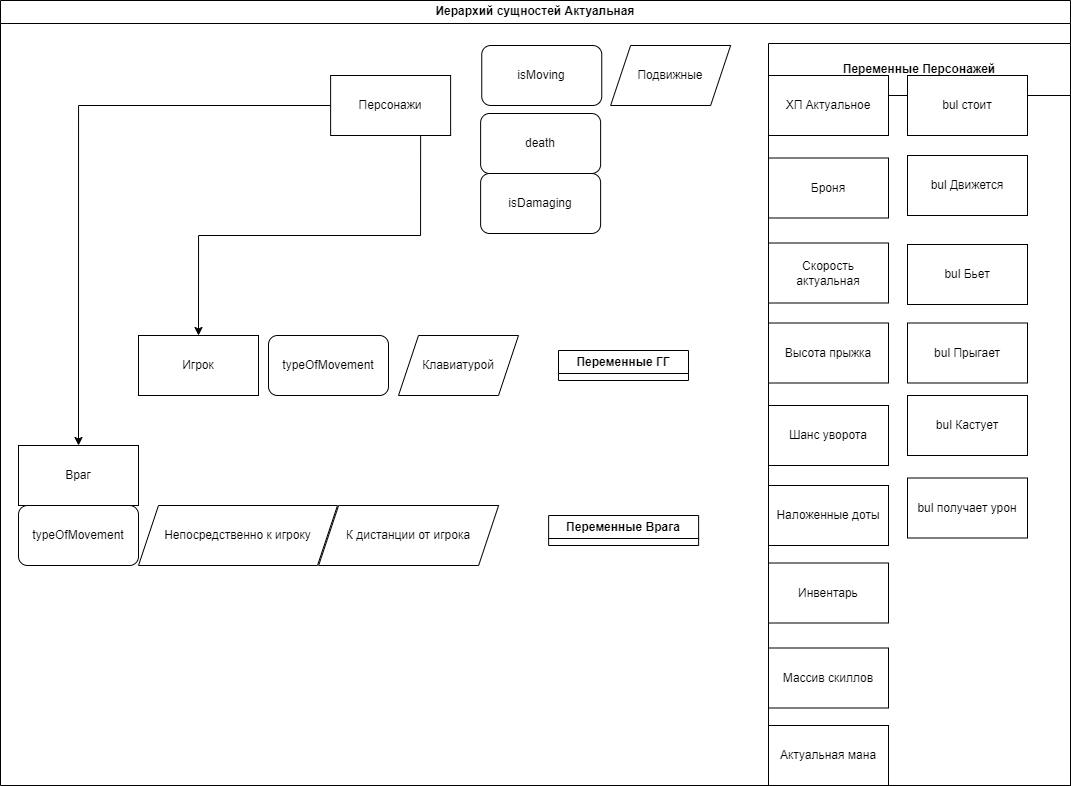
Before: Архитектура/Интерфейс персонажа.png, a diagram exported from draw.io (alstodont/unityArc). Source tidied: cells renumbered, new cells last; positions are measured from the earlier drawing's top-left corner, leaving out a move shared by most shapes. Source of this version:
```xml
<mxGraphModel>
  <root>
    <mxCell id="0" />
    <mxCell id="1" parent="0" />
    <mxCell id="2" value="Иерархий сущностей Актуальная" style="swimlane;whiteSpace=wrap;html=1;" parent="1" vertex="1">
      <mxGeometry width="1070" height="785" as="geometry" />
    </mxCell>
    <mxCell id="3" value="Клавиатурой" style="shape=parallelogram;perimeter=parallelogramPerimeter;whiteSpace=wrap;html=1;fixedSize=1;" parent="2" vertex="1">
      <mxGeometry x="398" y="335" width="120" height="60" as="geometry" />
    </mxCell>
    <mxCell id="4" value="Непосредственно к игроку" style="shape=parallelogram;perimeter=parallelogramPerimeter;whiteSpace=wrap;html=1;fixedSize=1;" parent="2" vertex="1">
      <mxGeometry x="138" y="505" width="199" height="60" as="geometry" />
    </mxCell>
    <mxCell id="5" value="К дистанции от игрока" style="shape=parallelogram;perimeter=parallelogramPerimeter;whiteSpace=wrap;html=1;fixedSize=1;" parent="2" vertex="1">
      <mxGeometry x="318.1" y="505" width="180" height="60" as="geometry" />
    </mxCell>
    <mxCell id="6" value="Враг" style="rounded=0;whiteSpace=wrap;html=1;" parent="2" vertex="1">
      <mxGeometry x="18" y="445" width="120" height="60" as="geometry" />
    </mxCell>
    <mxCell id="7" value="Игрок" style="rounded=0;whiteSpace=wrap;html=1;" parent="2" vertex="1">
      <mxGeometry x="138" y="335" width="120" height="60" as="geometry" />
    </mxCell>
    <mxCell id="8" value="typeOfMovement" style="rounded=1;whiteSpace=wrap;html=1;" parent="2" vertex="1">
      <mxGeometry x="268" y="335" width="120" height="60" as="geometry" />
    </mxCell>
    <mxCell id="9" value="typeOfMovement" style="rounded=1;whiteSpace=wrap;html=1;" parent="2" vertex="1">
      <mxGeometry x="18" y="505" width="120" height="60" as="geometry" />
    </mxCell>
    <mxCell id="10" value="Подвижные" style="shape=parallelogram;perimeter=parallelogramPerimeter;whiteSpace=wrap;html=1;fixedSize=1;" parent="2" vertex="1">
      <mxGeometry x="610.1" y="45" width="120" height="60" as="geometry" />
    </mxCell>
    <mxCell id="11" value="isMoving" style="rounded=1;whiteSpace=wrap;html=1;" parent="2" vertex="1">
      <mxGeometry x="481.2" y="45" width="120" height="60" as="geometry" />
    </mxCell>
    <mxCell id="12" style="edgeStyle=orthogonalEdgeStyle;rounded=0;jettySize=auto;html=1;exitX=0.75;exitY=1;exitDx=0;exitDy=0;entryX=0.5;entryY=0;entryDx=0;entryDy=0;" parent="2" edge="1" source="14" target="7">
      <mxGeometry relative="1" as="geometry" />
    </mxCell>
    <mxCell id="13" style="edgeStyle=orthogonalEdgeStyle;rounded=0;jettySize=auto;html=1;exitX=0;exitY=0.5;exitDx=0;exitDy=0;entryX=0.5;entryY=0;entryDx=0;entryDy=0;" parent="2" edge="1" source="14" target="6">
      <mxGeometry relative="1" as="geometry" />
    </mxCell>
    <mxCell id="14" value="Персонажи" style="rounded=0;whiteSpace=wrap;html=1;" parent="2" vertex="1">
      <mxGeometry x="330.1" y="75" width="120" height="60" as="geometry" />
    </mxCell>
    <mxCell id="15" value="death" style="rounded=1;whiteSpace=wrap;html=1;" parent="2" vertex="1">
      <mxGeometry x="480.1" y="113" width="120" height="60" as="geometry" />
    </mxCell>
    <mxCell id="16" value="isDamaging" style="rounded=1;whiteSpace=wrap;html=1;" parent="2" vertex="1">
      <mxGeometry x="480.1" y="173" width="120" height="60" as="geometry" />
    </mxCell>
    <mxCell id="17" value="Переменные Персонажей" style="swimlane;whiteSpace=wrap;html=1;startSize=52;" parent="2" vertex="1">
      <mxGeometry x="768" y="43" width="302" height="742" as="geometry" />
    </mxCell>
    <mxCell id="18" value="ХП Актуальное" style="rounded=0;whiteSpace=wrap;html=1;" parent="17" vertex="1">
      <mxGeometry y="32" width="120" height="60" as="geometry" />
    </mxCell>
    <mxCell id="19" value="Броня" style="rounded=0;whiteSpace=wrap;html=1;" parent="17" vertex="1">
      <mxGeometry y="114.5" width="120" height="60" as="geometry" />
    </mxCell>
    <mxCell id="20" value="Скорость актуальная" style="rounded=0;whiteSpace=wrap;html=1;" parent="17" vertex="1">
      <mxGeometry y="199.5" width="120" height="60" as="geometry" />
    </mxCell>
    <mxCell id="21" value="Высота прыжка" style="rounded=0;whiteSpace=wrap;html=1;" parent="17" vertex="1">
      <mxGeometry y="279.5" width="120" height="60" as="geometry" />
    </mxCell>
    <mxCell id="22" value="Шанс уворота" style="rounded=0;whiteSpace=wrap;html=1;" parent="17" vertex="1">
      <mxGeometry y="362" width="120" height="60" as="geometry" />
    </mxCell>
    <mxCell id="23" value="Наложенные доты" style="rounded=0;whiteSpace=wrap;html=1;" parent="17" vertex="1">
      <mxGeometry y="442" width="120" height="60" as="geometry" />
    </mxCell>
    <mxCell id="24" value="Инвентарь" style="rounded=0;whiteSpace=wrap;html=1;" parent="17" vertex="1">
      <mxGeometry y="519.5" width="120" height="60" as="geometry" />
    </mxCell>
    <mxCell id="25" value="Массив скиллов" style="rounded=0;whiteSpace=wrap;html=1;" parent="17" vertex="1">
      <mxGeometry y="604.5" width="120" height="60" as="geometry" />
    </mxCell>
    <mxCell id="26" value="Актуальная мана" style="rounded=0;whiteSpace=wrap;html=1;" parent="17" vertex="1">
      <mxGeometry y="682" width="120" height="60" as="geometry" />
    </mxCell>
    <mxCell id="27" value="bul стоит" style="rounded=0;whiteSpace=wrap;html=1;" parent="17" vertex="1">
      <mxGeometry x="139" y="32" width="120" height="60" as="geometry" />
    </mxCell>
    <mxCell id="28" value="bul Движется" style="rounded=0;whiteSpace=wrap;html=1;" parent="17" vertex="1">
      <mxGeometry x="139" y="112" width="120" height="60" as="geometry" />
    </mxCell>
    <mxCell id="29" value="bul Бьет" style="rounded=0;whiteSpace=wrap;html=1;" parent="17" vertex="1">
      <mxGeometry x="139" y="201" width="120" height="60" as="geometry" />
    </mxCell>
    <mxCell id="30" value="bul Прыгает" style="rounded=0;whiteSpace=wrap;html=1;" parent="17" vertex="1">
      <mxGeometry x="139" y="279.5" width="120" height="60" as="geometry" />
    </mxCell>
    <mxCell id="31" value="bul Кастует" style="rounded=0;whiteSpace=wrap;html=1;" parent="17" vertex="1">
      <mxGeometry x="139" y="352" width="120" height="60" as="geometry" />
    </mxCell>
    <mxCell id="32" value="bul получает урон" style="rounded=0;whiteSpace=wrap;html=1;" parent="17" vertex="1">
      <mxGeometry x="139" y="434.5" width="120" height="60" as="geometry" />
    </mxCell>
    <mxCell id="33" value="Переменные ГГ" style="swimlane;whiteSpace=wrap;html=1;" parent="2" vertex="1" collapsed="1">
      <mxGeometry x="558" y="350" width="130" height="30" as="geometry" />
    </mxCell>
    <mxCell id="34" value="Переменные Врага" style="swimlane;whiteSpace=wrap;html=1;" parent="2" vertex="1" collapsed="1">
      <mxGeometry x="548.1" y="515" width="150" height="30" as="geometry" />
    </mxCell>
  </root>
</mxGraphModel>
```
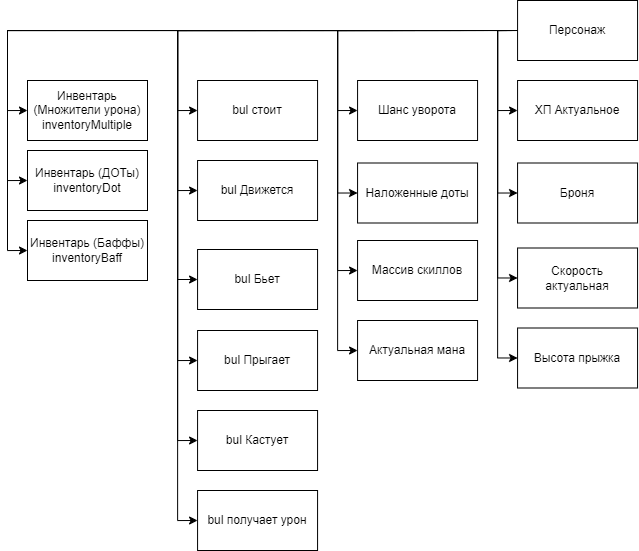
After the change.

What changed in the source:
```diff
@@ -2,104 +2,113 @@
   <root>
     <mxCell id="0" />
     <mxCell id="1" parent="0" />
-    <mxCell id="2" value="Иерархий сущностей Актуальная" style="swimlane;whiteSpace=wrap;html=1;" parent="1" vertex="1">
-      <mxGeometry width="1070" height="785" as="geometry" />
-    </mxCell>
-    <mxCell id="3" value="Клавиатурой" style="shape=parallelogram;perimeter=parallelogramPerimeter;whiteSpace=wrap;html=1;fixedSize=1;" parent="2" vertex="1">
-      <mxGeometry x="398" y="335" width="120" height="60" as="geometry" />
-    </mxCell>
-    <mxCell id="4" value="Непосредственно к игроку" style="shape=parallelogram;perimeter=parallelogramPerimeter;whiteSpace=wrap;html=1;fixedSize=1;" parent="2" vertex="1">
-      <mxGeometry x="138" y="505" width="199" height="60" as="geometry" />
-    </mxCell>
-    <mxCell id="5" value="К дистанции от игрока" style="shape=parallelogram;perimeter=parallelogramPerimeter;whiteSpace=wrap;html=1;fixedSize=1;" parent="2" vertex="1">
-      <mxGeometry x="318.1" y="505" width="180" height="60" as="geometry" />
-    </mxCell>
-    <mxCell id="6" value="Враг" style="rounded=0;whiteSpace=wrap;html=1;" parent="2" vertex="1">
-      <mxGeometry x="18" y="445" width="120" height="60" as="geometry" />
-    </mxCell>
-    <mxCell id="7" value="Игрок" style="rounded=0;whiteSpace=wrap;html=1;" parent="2" vertex="1">
-      <mxGeometry x="138" y="335" width="120" height="60" as="geometry" />
-    </mxCell>
-    <mxCell id="8" value="typeOfMovement" style="rounded=1;whiteSpace=wrap;html=1;" parent="2" vertex="1">
-      <mxGeometry x="268" y="335" width="120" height="60" as="geometry" />
-    </mxCell>
-    <mxCell id="9" value="typeOfMovement" style="rounded=1;whiteSpace=wrap;html=1;" parent="2" vertex="1">
-      <mxGeometry x="18" y="505" width="120" height="60" as="geometry" />
-    </mxCell>
-    <mxCell id="10" value="Подвижные" style="shape=parallelogram;perimeter=parallelogramPerimeter;whiteSpace=wrap;html=1;fixedSize=1;" parent="2" vertex="1">
-      <mxGeometry x="610.1" y="45" width="120" height="60" as="geometry" />
-    </mxCell>
-    <mxCell id="11" value="isMoving" style="rounded=1;whiteSpace=wrap;html=1;" parent="2" vertex="1">
-      <mxGeometry x="481.2" y="45" width="120" height="60" as="geometry" />
-    </mxCell>
-    <mxCell id="12" style="edgeStyle=orthogonalEdgeStyle;rounded=0;jettySize=auto;html=1;exitX=0.75;exitY=1;exitDx=0;exitDy=0;entryX=0.5;entryY=0;entryDx=0;entryDy=0;" parent="2" edge="1" source="14" target="7">
-      <mxGeometry relative="1" as="geometry" />
-    </mxCell>
-    <mxCell id="13" style="edgeStyle=orthogonalEdgeStyle;rounded=0;jettySize=auto;html=1;exitX=0;exitY=0.5;exitDx=0;exitDy=0;entryX=0.5;entryY=0;entryDx=0;entryDy=0;" parent="2" edge="1" source="14" target="6">
-      <mxGeometry relative="1" as="geometry" />
-    </mxCell>
-    <mxCell id="14" value="Персонажи" style="rounded=0;whiteSpace=wrap;html=1;" parent="2" vertex="1">
-      <mxGeometry x="330.1" y="75" width="120" height="60" as="geometry" />
-    </mxCell>
-    <mxCell id="15" value="death" style="rounded=1;whiteSpace=wrap;html=1;" parent="2" vertex="1">
-      <mxGeometry x="480.1" y="113" width="120" height="60" as="geometry" />
-    </mxCell>
-    <mxCell id="16" value="isDamaging" style="rounded=1;whiteSpace=wrap;html=1;" parent="2" vertex="1">
-      <mxGeometry x="480.1" y="173" width="120" height="60" as="geometry" />
-    </mxCell>
-    <mxCell id="17" value="Переменные Персонажей" style="swimlane;whiteSpace=wrap;html=1;startSize=52;" parent="2" vertex="1">
-      <mxGeometry x="768" y="43" width="302" height="742" as="geometry" />
-    </mxCell>
+    <mxCell id="35" style="group;" parent="1" vertex="1">
+      <mxGeometry x="-2972" y="5140" width="610.1" height="550" as="geometry" />
+    </mxCell>
+    <mxCell id="22" value="Шанс уворота" style="rounded=0;whiteSpace=wrap;html=1;" parent="35" vertex="1">
+      <mxGeometry x="330.1" y="80" width="120" height="60" as="geometry" />
+    </mxCell>
+    <mxCell id="36" style="edgeStyle=orthogonalEdgeStyle;rounded=0;jettySize=auto;html=1;exitX=0;exitY=0.5;exitDx=0;exitDy=0;entryX=0;entryY=0.5;entryDx=0;entryDy=0;" parent="35" edge="1" source="37" target="22">
+      <mxGeometry relative="1" as="geometry" />
+    </mxCell>
+    <mxCell id="37" value="Персонаж" style="rounded=0;whiteSpace=wrap;html=1;" parent="35" vertex="1">
+      <mxGeometry x="490.1" width="120" height="60" as="geometry" />
+    </mxCell>
-    <mxCell id="18" value="ХП Актуальное" style="rounded=0;whiteSpace=wrap;html=1;" parent="17" vertex="1">
-      <mxGeometry y="32" width="120" height="60" as="geometry" />
+    <mxCell id="18" value="ХП Актуальное" style="rounded=0;whiteSpace=wrap;html=1;" parent="35" vertex="1">
+      <mxGeometry x="490.1" y="80" width="120" height="60" as="geometry" />
     </mxCell>
+    <mxCell id="38" style="edgeStyle=orthogonalEdgeStyle;rounded=0;jettySize=auto;html=1;exitX=0;exitY=0.5;exitDx=0;exitDy=0;entryX=0;entryY=0.5;entryDx=0;entryDy=0;" parent="35" edge="1" source="37" target="18">
+      <mxGeometry relative="1" as="geometry" />
+    </mxCell>
-    <mxCell id="19" value="Броня" style="rounded=0;whiteSpace=wrap;html=1;" parent="17" vertex="1">
-      <mxGeometry y="114.5" width="120" height="60" as="geometry" />
+    <mxCell id="19" value="Броня" style="rounded=0;whiteSpace=wrap;html=1;" parent="35" vertex="1">
+      <mxGeometry x="490.1" y="162.5" width="120" height="60" as="geometry" />
     </mxCell>
+    <mxCell id="39" style="edgeStyle=orthogonalEdgeStyle;rounded=0;jettySize=auto;html=1;exitX=0;exitY=0.5;exitDx=0;exitDy=0;entryX=0;entryY=0.5;entryDx=0;entryDy=0;" parent="35" edge="1" source="37" target="19">
+      <mxGeometry relative="1" as="geometry" />
+    </mxCell>
-    <mxCell id="20" value="Скорость актуальная" style="rounded=0;whiteSpace=wrap;html=1;" parent="17" vertex="1">
-      <mxGeometry y="199.5" width="120" height="60" as="geometry" />
+    <mxCell id="20" value="Скорость актуальная" style="rounded=0;whiteSpace=wrap;html=1;" parent="35" vertex="1">
+      <mxGeometry x="490.1" y="247.5" width="120" height="60" as="geometry" />
     </mxCell>
+    <mxCell id="40" style="edgeStyle=orthogonalEdgeStyle;rounded=0;jettySize=auto;html=1;exitX=0;exitY=0.5;exitDx=0;exitDy=0;entryX=0;entryY=0.5;entryDx=0;entryDy=0;" parent="35" edge="1" source="37" target="20">
+      <mxGeometry relative="1" as="geometry" />
+    </mxCell>
-    <mxCell id="21" value="Высота прыжка" style="rounded=0;whiteSpace=wrap;html=1;" parent="17" vertex="1">
-      <mxGeometry y="279.5" width="120" height="60" as="geometry" />
+    <mxCell id="21" value="Высота прыжка" style="rounded=0;whiteSpace=wrap;html=1;" parent="35" vertex="1">
+      <mxGeometry x="490.1" y="327.5" width="120" height="60" as="geometry" />
     </mxCell>
-    <mxCell id="22" value="Шанс уворота" style="rounded=0;whiteSpace=wrap;html=1;" parent="17" vertex="1">
-      <mxGeometry y="362" width="120" height="60" as="geometry" />
-    </mxCell>
+    <mxCell id="41" style="edgeStyle=orthogonalEdgeStyle;rounded=0;jettySize=auto;html=1;exitX=0;exitY=0.5;exitDx=0;exitDy=0;entryX=0;entryY=0.5;entryDx=0;entryDy=0;" parent="35" edge="1" source="37" target="21">
+      <mxGeometry relative="1" as="geometry" />
+    </mxCell>
+    <mxCell id="26" value="Актуальная мана" style="rounded=0;whiteSpace=wrap;html=1;" parent="35" vertex="1">
+      <mxGeometry x="330.1" y="320" width="120" height="60" as="geometry" />
+    </mxCell>
+    <mxCell id="42" style="edgeStyle=orthogonalEdgeStyle;rounded=0;jettySize=auto;html=1;exitX=0;exitY=0.5;exitDx=0;exitDy=0;entryX=0;entryY=0.5;entryDx=0;entryDy=0;" parent="35" edge="1" source="37" target="26">
+      <mxGeometry relative="1" as="geometry" />
+    </mxCell>
+    <mxCell id="25" value="Массив скиллов" style="rounded=0;whiteSpace=wrap;html=1;" parent="35" vertex="1">
+      <mxGeometry x="330.1" y="240" width="120" height="60" as="geometry" />
+    </mxCell>
+    <mxCell id="43" style="edgeStyle=orthogonalEdgeStyle;rounded=0;jettySize=auto;html=1;exitX=0;exitY=0.5;exitDx=0;exitDy=0;entryX=0;entryY=0.5;entryDx=0;entryDy=0;" parent="35" edge="1" source="37" target="25">
+      <mxGeometry relative="1" as="geometry" />
+    </mxCell>
+    <mxCell id="44" value="Инвентарь (Множители урона)&lt;br&gt;inventoryMultiple" style="rounded=0;whiteSpace=wrap;html=1;" parent="35" vertex="1">
+      <mxGeometry y="80" width="120" height="60" as="geometry" />
+    </mxCell>
+    <mxCell id="45" style="edgeStyle=orthogonalEdgeStyle;rounded=0;jettySize=auto;html=1;exitX=0;exitY=0.5;exitDx=0;exitDy=0;entryX=0;entryY=0.5;entryDx=0;entryDy=0;" parent="35" edge="1" source="37" target="44">
+      <mxGeometry relative="1" as="geometry" />
+    </mxCell>
-    <mxCell id="23" value="Наложенные доты" style="rounded=0;whiteSpace=wrap;html=1;" parent="17" vertex="1">
-      <mxGeometry y="442" width="120" height="60" as="geometry" />
+    <mxCell id="23" value="Наложенные доты" style="rounded=0;whiteSpace=wrap;html=1;" parent="35" vertex="1">
+      <mxGeometry x="330.1" y="162.5" width="120" height="60" as="geometry" />
     </mxCell>
-    <mxCell id="24" value="Инвентарь" style="rounded=0;whiteSpace=wrap;html=1;" parent="17" vertex="1">
-      <mxGeometry y="519.5" width="120" height="60" as="geometry" />
-    </mxCell>
-    <mxCell id="25" value="Массив скиллов" style="rounded=0;whiteSpace=wrap;html=1;" parent="17" vertex="1">
-      <mxGeometry y="604.5" width="120" height="60" as="geometry" />
-    </mxCell>
-    <mxCell id="26" value="Актуальная мана" style="rounded=0;whiteSpace=wrap;html=1;" parent="17" vertex="1">
-      <mxGeometry y="682" width="120" height="60" as="geometry" />
-    </mxCell>
+    <mxCell id="46" style="edgeStyle=orthogonalEdgeStyle;rounded=0;jettySize=auto;html=1;exitX=0;exitY=0.5;exitDx=0;exitDy=0;entryX=0;entryY=0.5;entryDx=0;entryDy=0;" parent="35" edge="1" source="37" target="23">
+      <mxGeometry relative="1" as="geometry" />
+    </mxCell>
-    <mxCell id="27" value="bul стоит" style="rounded=0;whiteSpace=wrap;html=1;" parent="17" vertex="1">
-      <mxGeometry x="139" y="32" width="120" height="60" as="geometry" />
+    <mxCell id="27" value="bul стоит" style="rounded=0;whiteSpace=wrap;html=1;" parent="35" vertex="1">
+      <mxGeometry x="170.1" y="80" width="120" height="60" as="geometry" />
     </mxCell>
+    <mxCell id="47" style="edgeStyle=orthogonalEdgeStyle;rounded=0;jettySize=auto;html=1;exitX=0;exitY=0.5;exitDx=0;exitDy=0;entryX=0;entryY=0.5;entryDx=0;entryDy=0;" parent="35" edge="1" source="37" target="27">
+      <mxGeometry relative="1" as="geometry" />
+    </mxCell>
-    <mxCell id="28" value="bul Движется" style="rounded=0;whiteSpace=wrap;html=1;" parent="17" vertex="1">
-      <mxGeometry x="139" y="112" width="120" height="60" as="geometry" />
+    <mxCell id="28" value="bul Движется" style="rounded=0;whiteSpace=wrap;html=1;" parent="35" vertex="1">
+      <mxGeometry x="170.1" y="160" width="120" height="60" as="geometry" />
     </mxCell>
-    <mxCell id="29" value="bul Бьет" style="rounded=0;whiteSpace=wrap;html=1;" parent="17" vertex="1">
-      <mxGeometry x="139" y="201" width="120" height="60" as="geometry" />
+    <mxCell id="29" value="bul Бьет" style="rounded=0;whiteSpace=wrap;html=1;" parent="35" vertex="1">
+      <mxGeometry x="170.1" y="249" width="120" height="60" as="geometry" />
     </mxCell>
-    <mxCell id="30" value="bul Прыгает" style="rounded=0;whiteSpace=wrap;html=1;" parent="17" vertex="1">
-      <mxGeometry x="139" y="279.5" width="120" height="60" as="geometry" />
+    <mxCell id="30" value="bul Прыгает" style="rounded=0;whiteSpace=wrap;html=1;" parent="35" vertex="1">
+      <mxGeometry x="170.1" y="330" width="120" height="60" as="geometry" />
     </mxCell>
-    <mxCell id="31" value="bul Кастует" style="rounded=0;whiteSpace=wrap;html=1;" parent="17" vertex="1">
-      <mxGeometry x="139" y="352" width="120" height="60" as="geometry" />
+    <mxCell id="31" value="bul Кастует" style="rounded=0;whiteSpace=wrap;html=1;" parent="35" vertex="1">
+      <mxGeometry x="170.1" y="410" width="120" height="60" as="geometry" />
     </mxCell>
-    <mxCell id="32" value="bul получает урон" style="rounded=0;whiteSpace=wrap;html=1;" parent="17" vertex="1">
-      <mxGeometry x="139" y="434.5" width="120" height="60" as="geometry" />
+    <mxCell id="32" value="bul получает урон" style="rounded=0;whiteSpace=wrap;html=1;" parent="35" vertex="1">
+      <mxGeometry x="170.1" y="490" width="120" height="60" as="geometry" />
     </mxCell>
-    <mxCell id="33" value="Переменные ГГ" style="swimlane;whiteSpace=wrap;html=1;" parent="2" vertex="1" collapsed="1">
-      <mxGeometry x="558" y="350" width="130" height="30" as="geometry" />
-    </mxCell>
-    <mxCell id="34" value="Переменные Врага" style="swimlane;whiteSpace=wrap;html=1;" parent="2" vertex="1" collapsed="1">
-      <mxGeometry x="548.1" y="515" width="150" height="30" as="geometry" />
-    </mxCell>
+    <mxCell id="48" value="Инвентарь (ДОТы)&lt;br&gt;inventoryDot" style="rounded=0;whiteSpace=wrap;html=1;" parent="35" vertex="1">
+      <mxGeometry y="150" width="120" height="60" as="geometry" />
+    </mxCell>
+    <mxCell id="49" value="Инвентарь (Баффы)&lt;br&gt;inventoryBaff" style="rounded=0;whiteSpace=wrap;html=1;" parent="35" vertex="1">
+      <mxGeometry y="220" width="120" height="60" as="geometry" />
+    </mxCell>
+    <mxCell id="50" style="edgeStyle=orthogonalEdgeStyle;rounded=0;jettySize=auto;html=1;exitX=0;exitY=0.5;exitDx=0;exitDy=0;entryX=0;entryY=0.5;entryDx=0;entryDy=0;" parent="35" edge="1" source="37" target="28">
+      <mxGeometry relative="1" as="geometry" />
+    </mxCell>
+    <mxCell id="51" style="edgeStyle=orthogonalEdgeStyle;rounded=0;jettySize=auto;html=1;exitX=0;exitY=0.5;exitDx=0;exitDy=0;entryX=0;entryY=0.5;entryDx=0;entryDy=0;" parent="35" edge="1" source="37" target="29">
+      <mxGeometry relative="1" as="geometry" />
+    </mxCell>
+    <mxCell id="52" style="edgeStyle=orthogonalEdgeStyle;rounded=0;jettySize=auto;html=1;exitX=0;exitY=0.5;exitDx=0;exitDy=0;entryX=0;entryY=0.5;entryDx=0;entryDy=0;" parent="35" edge="1" source="37" target="30">
+      <mxGeometry relative="1" as="geometry" />
+    </mxCell>
+    <mxCell id="53" style="edgeStyle=orthogonalEdgeStyle;rounded=0;jettySize=auto;html=1;exitX=0;exitY=0.5;exitDx=0;exitDy=0;entryX=0;entryY=0.5;entryDx=0;entryDy=0;" parent="35" edge="1" source="37" target="31">
+      <mxGeometry relative="1" as="geometry" />
+    </mxCell>
+    <mxCell id="54" style="edgeStyle=orthogonalEdgeStyle;rounded=0;jettySize=auto;html=1;exitX=0;exitY=0.5;exitDx=0;exitDy=0;entryX=0;entryY=0.5;entryDx=0;entryDy=0;" parent="35" edge="1" source="37" target="32">
+      <mxGeometry relative="1" as="geometry" />
+    </mxCell>
+    <mxCell id="55" style="edgeStyle=orthogonalEdgeStyle;rounded=0;jettySize=auto;html=1;exitX=0;exitY=0.5;exitDx=0;exitDy=0;entryX=0;entryY=0.5;entryDx=0;entryDy=0;" parent="35" edge="1" source="37" target="48">
+      <mxGeometry relative="1" as="geometry" />
+    </mxCell>
+    <mxCell id="56" style="edgeStyle=orthogonalEdgeStyle;rounded=0;jettySize=auto;html=1;exitX=0;exitY=0.5;exitDx=0;exitDy=0;entryX=0;entryY=0.5;entryDx=0;entryDy=0;" parent="35" edge="1" source="37" target="49">
+      <mxGeometry relative="1" as="geometry" />
+    </mxCell>
   </root>
 </mxGraphModel>
```
